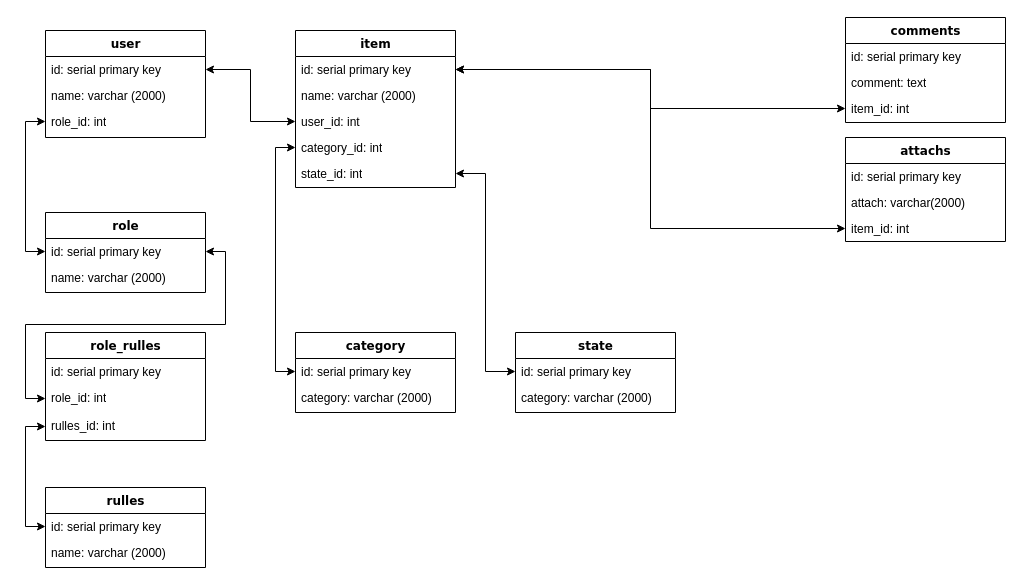
The draw.io diagram chapter_003/Untitled Diagram.drawio in Fotonic1/job4j_design, before the edit. Source tidied: cells renumbered, new cells numbered last; positions are measured from the earlier drawing's top-left corner, leaving out a move shared by most shapes. Both pictures are drawn from the tidied source at 100%, with x=0, y=0 at pixel (45, 17).
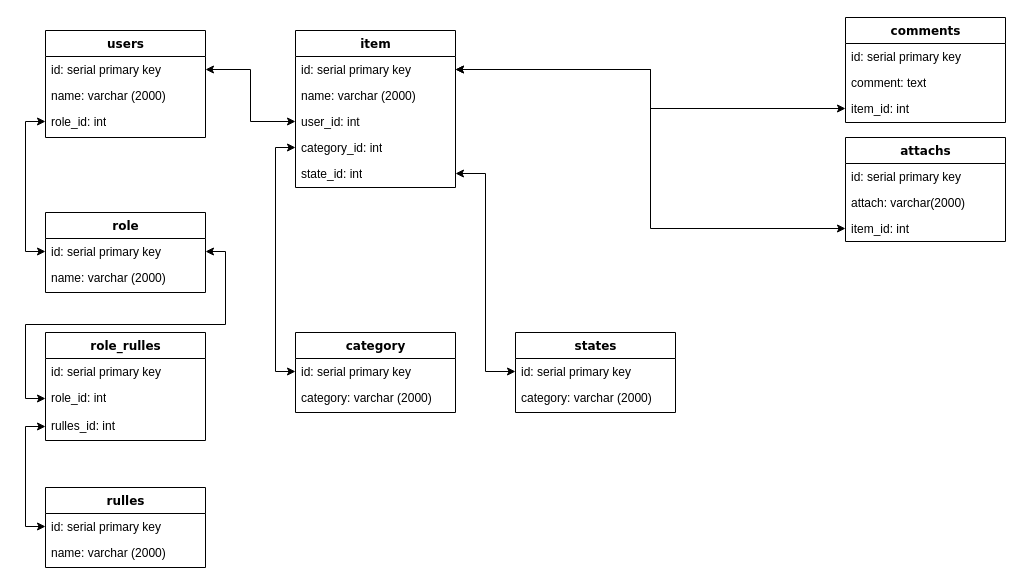
Above is the later version.

What changed in the source:
```diff
@@
-    <mxCell id="2" value="user" style="swimlane;html=1;fontStyle=1;align=center;verticalAlign=top;horizontal=1;startSize=26;swimlaneFillColor=#ffffff;rounded=0;shadow=0;comic=0;labelBackgroundColor=none;strokeWidth=1;fillColor=none;fontFamily=Verdana;fontSize=12;" parent="1" vertex="1">
+    <mxCell id="2" value="users" style="swimlane;html=1;fontStyle=1;align=center;verticalAlign=top;horizontal=1;startSize=26;swimlaneFillColor=#ffffff;rounded=0;shadow=0;comic=0;labelBackgroundColor=none;strokeWidth=1;fillColor=none;fontFamily=Verdana;fontSize=12;" parent="1" vertex="1">
       <mxGeometry y="13" width="160" height="107" as="geometry" />
     </mxCell>
@@
-    <mxCell id="39" value="state" style="swimlane;html=1;fontStyle=1;align=center;verticalAlign=top;horizontal=1;startSize=26;swimlaneFillColor=#ffffff;rounded=0;shadow=0;comic=0;labelBackgroundColor=none;strokeWidth=1;fillColor=none;fontFamily=Verdana;fontSize=12;" parent="1" vertex="1">
+    <mxCell id="39" value="states" style="swimlane;html=1;fontStyle=1;align=center;verticalAlign=top;horizontal=1;startSize=26;swimlaneFillColor=#ffffff;rounded=0;shadow=0;comic=0;labelBackgroundColor=none;strokeWidth=1;fillColor=none;fontFamily=Verdana;fontSize=12;" parent="1" vertex="1">
       <mxGeometry x="470" y="315" width="160" height="80" as="geometry" />
     </mxCell>
```
